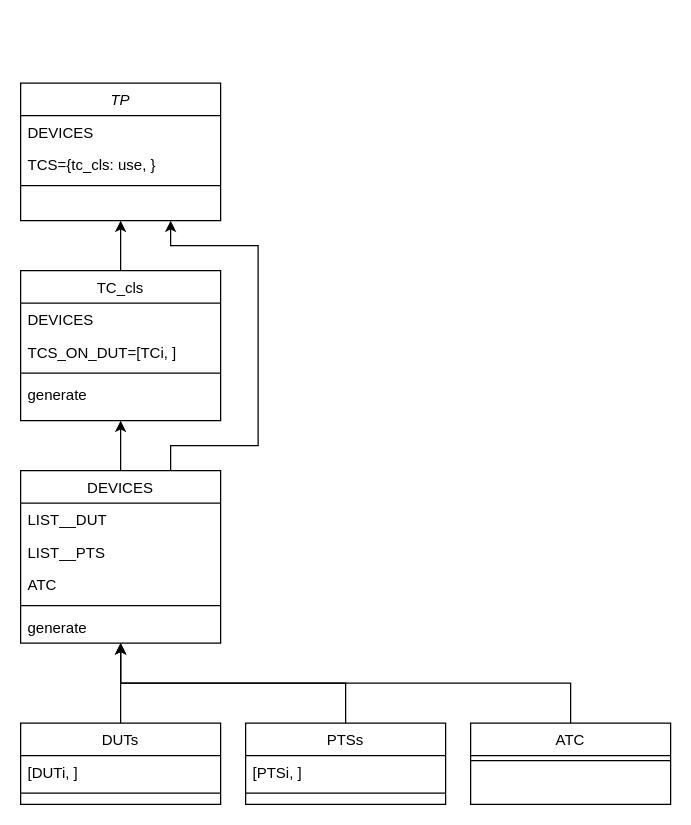
centroid457/testplans keeps this draw.io diagram as HELP/TestPlanScheme.drawio. Above is the earlier version. Source tidied: cells renumbered, new cells numbered last; positions are measured from the earlier drawing's top-left corner, leaving out a move shared by most shapes. Both pictures are drawn from the tidied source at 125%, with x=0, y=0 at pixel (20, 82).
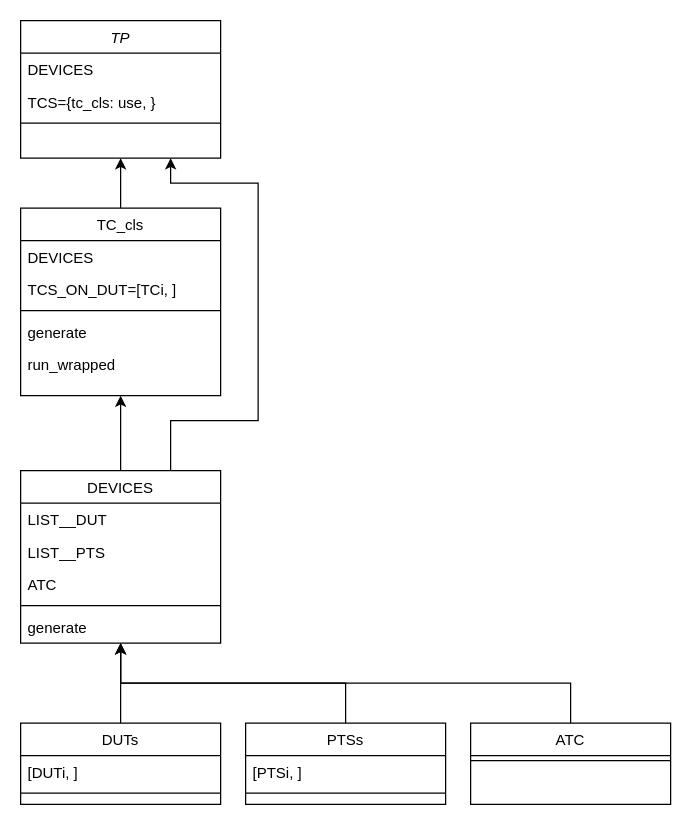
The same diagram, later.

Commit message (it also covers changes not shown here):
apply new gitignore

The change refers to these unchanged cells:
```xml
<mxCell id="8" value="DEVICES" style="swimlane;fontStyle=0;align=center;verticalAlign=top;horizontal=1;startSize=26;rounded=0;shadow=0;strokeWidth=1;" parent="1" vertex="1">
  <mxGeometry y="310" width="160" height="138" as="geometry" />
</mxCell>
```

Change to the diagram source:
```diff
@@
     <mxCell id="2" value="TP" style="swimlane;fontStyle=2;align=center;verticalAlign=top;horizontal=1;startSize=26;rounded=0;shadow=0;strokeWidth=1;" parent="1" vertex="1">
-      <mxGeometry width="160" height="110" as="geometry" />
+      <mxGeometry y="-50" width="160" height="110" as="geometry" />
     </mxCell>
@@
     <mxCell id="6" style="edgeStyle=orthogonalEdgeStyle;rounded=0;jettySize=auto;html=1;exitX=0.75;exitY=0;exitDx=0;exitDy=0;entryX=0.75;entryY=1;entryDx=0;entryDy=0;" parent="1" edge="1" source="8" target="2">
       <mxGeometry relative="1" as="geometry">
         <Array as="points">
-          <mxPoint x="120" y="290" />
-          <mxPoint x="190" y="290" />
-          <mxPoint x="190" y="130" />
-          <mxPoint x="120" y="130" />
+          <mxPoint x="120" y="270" />
+          <mxPoint x="190" y="270" />
+          <mxPoint x="190" y="80" />
+          <mxPoint x="120" y="80" />
         </Array>
       </mxGeometry>
     </mxCell>
@@
     <mxCell id="15" value="TC_cls" style="swimlane;fontStyle=0;align=center;verticalAlign=top;horizontal=1;startSize=26;rounded=0;shadow=0;strokeWidth=1;" parent="1" vertex="1">
-      <mxGeometry y="150" width="160" height="120" as="geometry" />
+      <mxGeometry y="100" width="160" height="150" as="geometry" />
     </mxCell>
@@
+    <mxCell id="31" value="run_wrapped" style="text;align=left;verticalAlign=top;spacingLeft=4;spacingRight=4;overflow=hidden;" parent="15" vertex="1">
+      <mxGeometry y="112" width="160" height="26" as="geometry" />
+    </mxCell>
```
